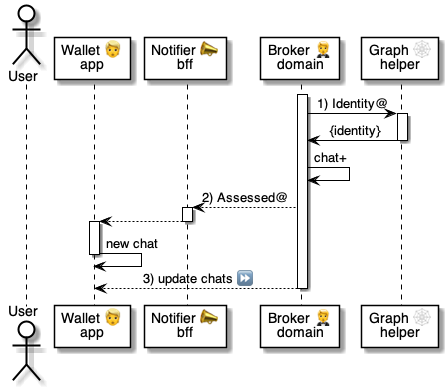
Above: 5 ⏩ Flows/10 🤵⏩ Brokers/.📎 Assets/Assessed.png in pollyweb-org/pollyweb-docs (PlantUML), before the change. Its source is kept beside it as 5 ⏩ Flows/10 🤵⏩ Brokers/.📎 Assets/Assessed.puml.
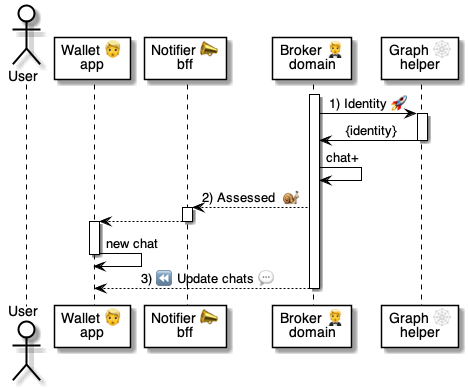
Later version of the same file.

Diff of the diagram source:
```diff
@@ -10,14 +10,14 @@
 
 activate broker
 
-broker -> graph: 1) Identity@
+broker -> graph: 1) Identity 🚀
 activate graph
   graph -> broker: {identity}
 deactivate graph
 
 broker -> broker: chat+
 
-broker --> notifier: 2) Assessed@
+broker --> notifier: 2) Assessed  🐌
 activate notifier
   notifier --> wallet
 deactivate notifier
@@ -26,7 +26,7 @@
 deactivate wallet
 
 
-broker --> wallet: 3) update chats ⏩
+broker --> wallet: 3) ⏪ Update chats 💬
 deactivate broker
 
 @enduml
```
